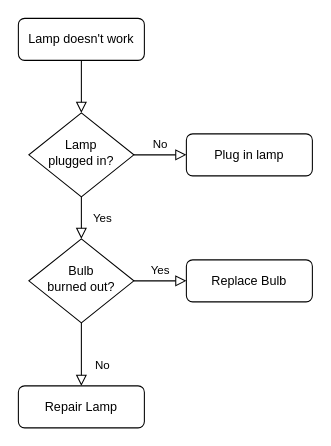
Before: Untitled Diagram.drawio in musangisilvia/reimagined-octo-waddle, a draw.io diagram. Source tidied: cells renumbered, new cells numbered last; positions are measured from the earlier drawing's top-left corner, leaving out a move shared by most shapes. Both pictures are drawn from the tidied source at 105%, with x=0, y=0 at pixel (18, 18).
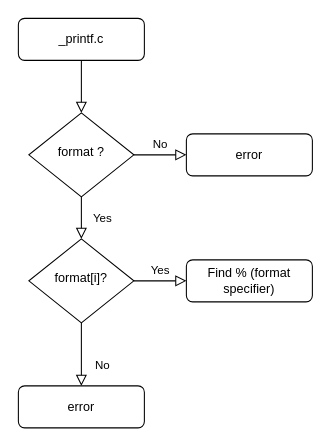
The same page after the edit.

Commit message:
add a draft of printf flowchart

Change to the diagram source:
```diff
@@
 <mxGraphModel>
   <root>
     <mxCell id="0" />
     <mxCell id="1" parent="0" />
     <mxCell id="2" style="rounded=0;html=1;jettySize=auto;fontSize=11;endArrow=block;endFill=0;endSize=8;strokeWidth=1;shadow=0;labelBackgroundColor=none;edgeStyle=orthogonalEdgeStyle;" parent="1" edge="1" source="3" target="6">
       <mxGeometry relative="1" as="geometry" />
     </mxCell>
-    <mxCell id="3" value="Lamp doesn't work" style="rounded=1;whiteSpace=wrap;html=1;fontSize=12;glass=0;strokeWidth=1;shadow=0;" parent="1" vertex="1">
+    <mxCell id="3" value="_printf.c" style="rounded=1;whiteSpace=wrap;html=1;fontSize=12;glass=0;strokeWidth=1;shadow=0;" parent="1" vertex="1">
       <mxGeometry width="120" height="40" as="geometry" />
     </mxCell>
     <mxCell id="4" value="Yes" style="rounded=0;html=1;jettySize=auto;fontSize=11;endArrow=block;endFill=0;endSize=8;strokeWidth=1;shadow=0;labelBackgroundColor=none;edgeStyle=orthogonalEdgeStyle;" parent="1" edge="1" source="6" target="10">
       <mxGeometry y="20" relative="1" as="geometry" />
     </mxCell>
     <mxCell id="5" value="No" style="edgeStyle=orthogonalEdgeStyle;rounded=0;html=1;jettySize=auto;fontSize=11;endArrow=block;endFill=0;endSize=8;strokeWidth=1;shadow=0;labelBackgroundColor=none;" parent="1" edge="1" source="6" target="7">
       <mxGeometry y="10" relative="1" as="geometry" />
     </mxCell>
-    <mxCell id="6" value="Lamp&lt;br&gt;plugged in?" style="rhombus;whiteSpace=wrap;html=1;shadow=0;fontFamily=Helvetica;fontSize=12;align=center;strokeWidth=1;spacing=6;spacingTop=-4;" parent="1" vertex="1">
+    <mxCell id="6" value="format ?" style="rhombus;whiteSpace=wrap;html=1;shadow=0;fontFamily=Helvetica;fontSize=12;align=center;strokeWidth=1;spacing=6;spacingTop=-4;" parent="1" vertex="1">
       <mxGeometry x="10" y="90" width="100" height="80" as="geometry" />
     </mxCell>
-    <mxCell id="7" value="Plug in lamp" style="rounded=1;whiteSpace=wrap;html=1;fontSize=12;glass=0;strokeWidth=1;shadow=0;" parent="1" vertex="1">
+    <mxCell id="7" value="error" style="rounded=1;whiteSpace=wrap;html=1;fontSize=12;glass=0;strokeWidth=1;shadow=0;" parent="1" vertex="1">
       <mxGeometry x="160" y="110" width="120" height="40" as="geometry" />
     </mxCell>
     <mxCell id="8" value="No" style="rounded=0;html=1;jettySize=auto;fontSize=11;endArrow=block;endFill=0;endSize=8;strokeWidth=1;shadow=0;labelBackgroundColor=none;edgeStyle=orthogonalEdgeStyle;" parent="1" edge="1" source="10" target="11">
       <mxGeometry x="0.33" y="20" relative="1" as="geometry" />
     </mxCell>
     <mxCell id="9" value="Yes" style="edgeStyle=orthogonalEdgeStyle;rounded=0;html=1;jettySize=auto;fontSize=11;endArrow=block;endFill=0;endSize=8;strokeWidth=1;shadow=0;labelBackgroundColor=none;" parent="1" edge="1" source="10" target="12">
       <mxGeometry y="10" relative="1" as="geometry" />
     </mxCell>
-    <mxCell id="10" value="Bulb&lt;br&gt;burned out?" style="rhombus;whiteSpace=wrap;html=1;shadow=0;fontFamily=Helvetica;fontSize=12;align=center;strokeWidth=1;spacing=6;spacingTop=-4;" parent="1" vertex="1">
+    <mxCell id="10" value="format[i]?" style="rhombus;whiteSpace=wrap;html=1;shadow=0;fontFamily=Helvetica;fontSize=12;align=center;strokeWidth=1;spacing=6;spacingTop=-4;" parent="1" vertex="1">
       <mxGeometry x="10" y="210" width="100" height="80" as="geometry" />
     </mxCell>
-    <mxCell id="11" value="Repair Lamp" style="rounded=1;whiteSpace=wrap;html=1;fontSize=12;glass=0;strokeWidth=1;shadow=0;" parent="1" vertex="1">
+    <mxCell id="11" value="error" style="rounded=1;whiteSpace=wrap;html=1;fontSize=12;glass=0;strokeWidth=1;shadow=0;" parent="1" vertex="1">
       <mxGeometry y="350" width="120" height="40" as="geometry" />
     </mxCell>
-    <mxCell id="12" value="Replace Bulb" style="rounded=1;whiteSpace=wrap;html=1;fontSize=12;glass=0;strokeWidth=1;shadow=0;" parent="1" vertex="1">
+    <mxCell id="12" value="Find % (format specifier)" style="rounded=1;whiteSpace=wrap;html=1;fontSize=12;glass=0;strokeWidth=1;shadow=0;" parent="1" vertex="1">
       <mxGeometry x="160" y="230" width="120" height="40" as="geometry" />
     </mxCell>
   </root>
 </mxGraphModel>
```
